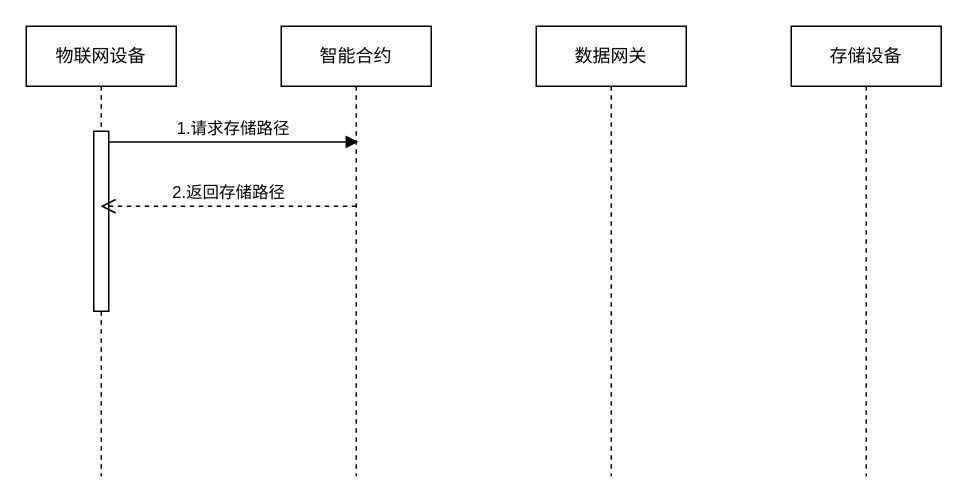
The draw.io diagram 基于区块链的物联网数据扩容存储方法、系统及计算设备-时序图.drawio in ForLina/sxc_contract, before the edit. Source tidied: cells renumbered, new cells numbered last; positions are measured from the earlier drawing's top-left corner, leaving out a move shared by most shapes. Both pictures are drawn from the tidied source at 150%, with x=0, y=0 at pixel (26, 26).
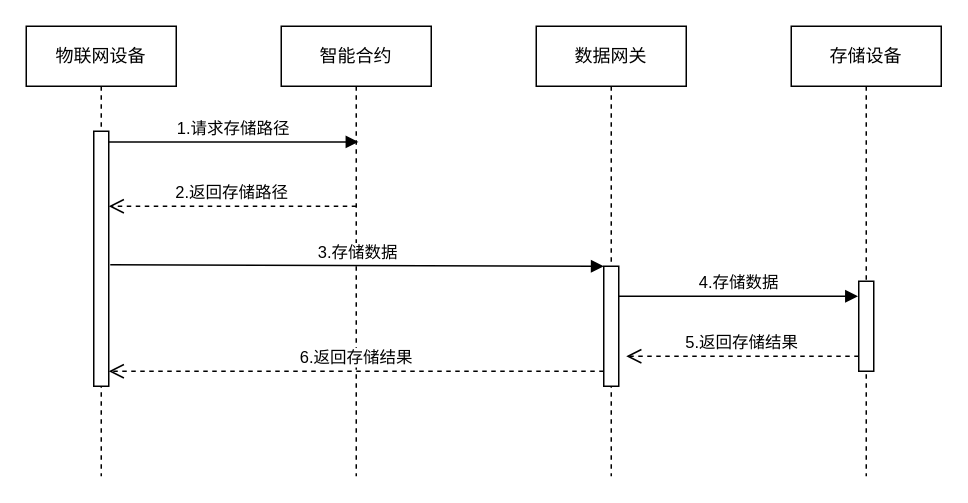
The same diagram, later.

Commit message (it also covers changes not shown here):
更新基于区块链的物联网数据扩容存储方法、系统及计算设备-时序图.drawio

Diff of the diagram source:
```diff
@@
 <mxGraphModel>
   <root>
     <mxCell id="0" />
     <mxCell id="1" parent="0" />
     <mxCell id="2" value="物联网设备" style="shape=umlLifeline;perimeter=lifelinePerimeter;whiteSpace=wrap;html=1;outlineConnect=0;portConstraint=eastwest;newEdgeStyle={&quot;curved&quot;:0,&quot;rounded&quot;:0};" parent="1" vertex="1">
       <mxGeometry width="100" height="300" as="geometry" />
     </mxCell>
     <mxCell id="3" style="html=1;points=[[0,0,0,0,5],[0,1,0,0,-5],[1,0,0,0,5],[1,1,0,0,-5]];perimeter=orthogonalPerimeter;outlineConnect=0;targetShapes=umlLifeline;portConstraint=eastwest;newEdgeStyle={&quot;curved&quot;:0,&quot;rounded&quot;:0};" parent="2" vertex="1">
-      <mxGeometry x="45" y="70" width="10" height="120" as="geometry" />
+      <mxGeometry x="45" y="70" width="10" height="170" as="geometry" />
     </mxCell>
     <mxCell id="4" value="智能合约" style="shape=umlLifeline;perimeter=lifelinePerimeter;whiteSpace=wrap;html=1;outlineConnect=0;portConstraint=eastwest;newEdgeStyle={&quot;curved&quot;:0,&quot;rounded&quot;:0};" parent="1" vertex="1">
       <mxGeometry x="170" width="100" height="300" as="geometry" />
     </mxCell>
     <mxCell id="5" value="数据网关" style="shape=umlLifeline;perimeter=lifelinePerimeter;whiteSpace=wrap;html=1;newEdgeStyle={&quot;curved&quot;:0,&quot;rounded&quot;:0};" parent="1" vertex="1">
       <mxGeometry x="340" width="100" height="300" as="geometry" />
     </mxCell>
+    <mxCell id="9" style="html=1;points=[[0,0,0,0,5],[0,1,0,0,-5],[1,0,0,0,5],[1,1,0,0,-5]];perimeter=orthogonalPerimeter;outlineConnect=0;targetShapes=umlLifeline;portConstraint=eastwest;newEdgeStyle={&quot;curved&quot;:0,&quot;rounded&quot;:0};" parent="5" vertex="1">
+      <mxGeometry x="45" y="160" width="10" height="80" as="geometry" />
+    </mxCell>
     <mxCell id="6" value="存储设备" style="shape=umlLifeline;perimeter=lifelinePerimeter;whiteSpace=wrap;html=1;newEdgeStyle={&quot;curved&quot;:0,&quot;rounded&quot;:0};" parent="1" vertex="1">
       <mxGeometry x="510" width="100" height="300" as="geometry" />
     </mxCell>
+    <mxCell id="10" style="html=1;perimeter=orthogonalPerimeter;targetShapes=umlLifeline;newEdgeStyle={&quot;curved&quot;:0,&quot;rounded&quot;:0};" parent="6" vertex="1">
+      <mxGeometry x="45" y="170" width="10" height="60" as="geometry" />
+    </mxCell>
     <mxCell id="7" value="1.请求存储路径" style="html=1;verticalAlign=bottom;endArrow=block;curved=0;rounded=0;entryX=0.515;entryY=0.257;entryDx=0;entryDy=0;entryPerimeter=0;" parent="1" edge="1" source="3" target="4">
       <mxGeometry relative="1" as="geometry" />
     </mxCell>
-    <mxCell id="8" value="2.返回存储路径" style="html=1;verticalAlign=bottom;endArrow=open;dashed=1;endSize=8;curved=0;rounded=0;exitX=1;exitY=1;exitDx=0;exitDy=-5;" parent="1" edge="1" target="2">
+    <mxCell id="8" value="2.返回存储路径" style="html=1;verticalAlign=bottom;endArrow=open;dashed=1;endSize=8;curved=0;rounded=0;exitX=1;exitY=1;exitDx=0;exitDy=-5;" parent="1" edge="1" target="3">
       <mxGeometry relative="1" as="geometry">
         <mxPoint x="220" y="120" as="sourcePoint" />
       </mxGeometry>
     </mxCell>
+    <mxCell id="11" value="3.存储数据" style="html=1;verticalAlign=bottom;endArrow=block;curved=0;rounded=0;" parent="1" edge="1" target="9">
+      <mxGeometry relative="1" as="geometry">
+        <mxPoint x="56" y="159" as="sourcePoint" />
+      </mxGeometry>
+    </mxCell>
+    <mxCell id="12" value="4.存储数据" style="html=1;verticalAlign=bottom;endArrow=block;curved=0;rounded=0;" parent="1" edge="1">
+      <mxGeometry relative="1" as="geometry">
+        <mxPoint x="395" y="180" as="sourcePoint" />
+        <mxPoint x="554.5" y="180" as="targetPoint" />
+      </mxGeometry>
+    </mxCell>
+    <mxCell id="13" value="5.返回存储结果" style="html=1;verticalAlign=bottom;endArrow=open;dashed=1;endSize=8;curved=0;rounded=0;exitX=1;exitY=1;exitDx=0;exitDy=-5;" parent="1" edge="1">
+      <mxGeometry relative="1" as="geometry">
+        <mxPoint x="555" y="220" as="sourcePoint" />
+        <mxPoint x="400" y="220" as="targetPoint" />
+      </mxGeometry>
+    </mxCell>
+    <mxCell id="14" value="6.返回存储结果" style="html=1;verticalAlign=bottom;endArrow=open;dashed=1;endSize=8;curved=0;rounded=0;exitX=1;exitY=1;exitDx=0;exitDy=-5;" parent="1" edge="1" target="3">
+      <mxGeometry relative="1" as="geometry">
+        <mxPoint x="385" y="230" as="sourcePoint" />
+      </mxGeometry>
+    </mxCell>
   </root>
 </mxGraphModel>
```
